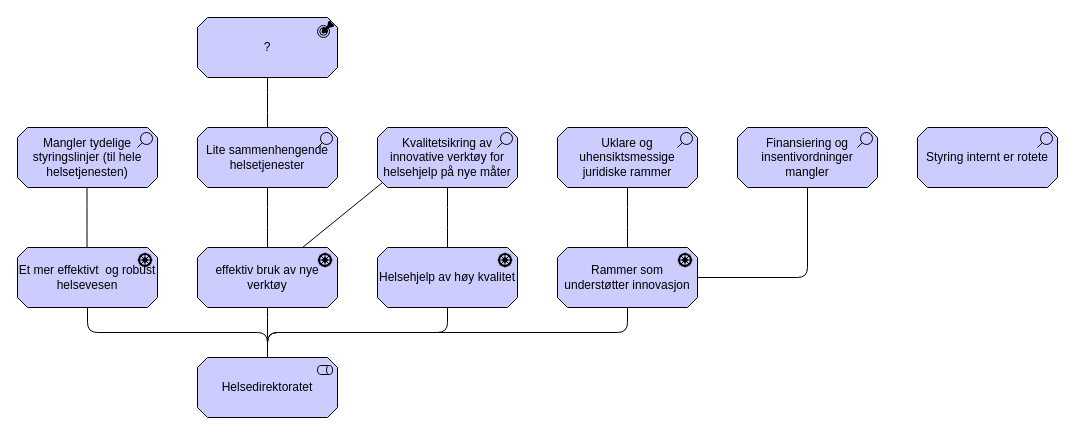
This is page "helsedirektoratet-concern" (7 of 10) of docs/interessent/motivasjon-interessent.drawio from hdir/Digital-Forstelinje, a draw.io file, before an edit. Source tidied: cells renumbered, new cells numbered last; positions are measured from the earlier drawing's top-left corner, leaving out a move shared by most shapes. Both pictures are drawn from the tidied source at 100%, with x=0, y=0 at pixel (17, 17).
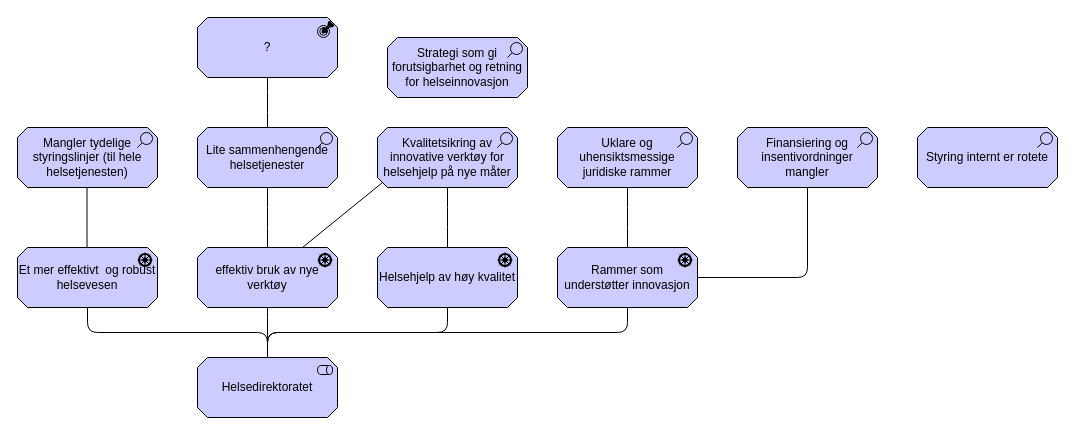
After the change.

What changed in the source:
```diff
@@
+    <mxCell id="25" value="Strategi som gi forutsigbarhet og retning for helseinnovasjon" style="html=1;whiteSpace=wrap;fillColor=#CCCCFF;shape=mxgraph.archimate3.application;appType=assess;archiType=oct;" parent="1" vertex="1">
+      <mxGeometry x="370" y="20" width="140" height="60" as="geometry" />
+    </mxCell>
```
